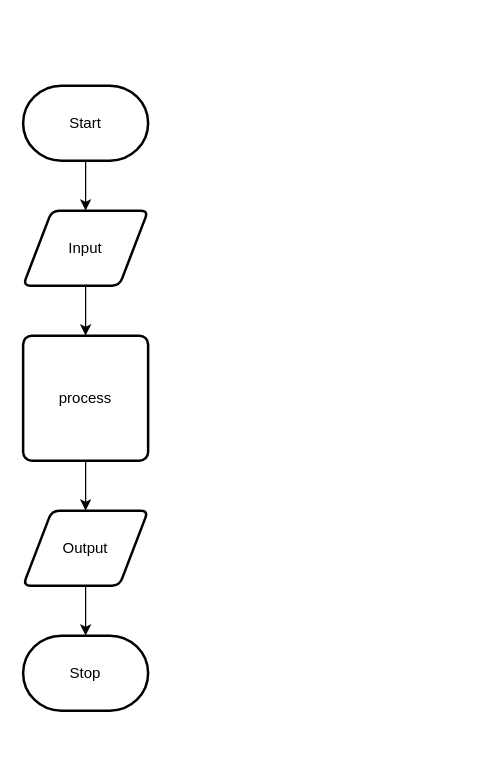
Chloe-Havel/ICS2O-unit-5-05 keeps this draw.io diagram as design/flow-chart.drawio. Above is the earlier version. Source tidied: cells renumbered, new cells numbered last; positions are measured from the earlier drawing's top-left corner, leaving out a move shared by most shapes. Both pictures are drawn from the tidied source at 125%, with x=0, y=0 at pixel (22, 85).
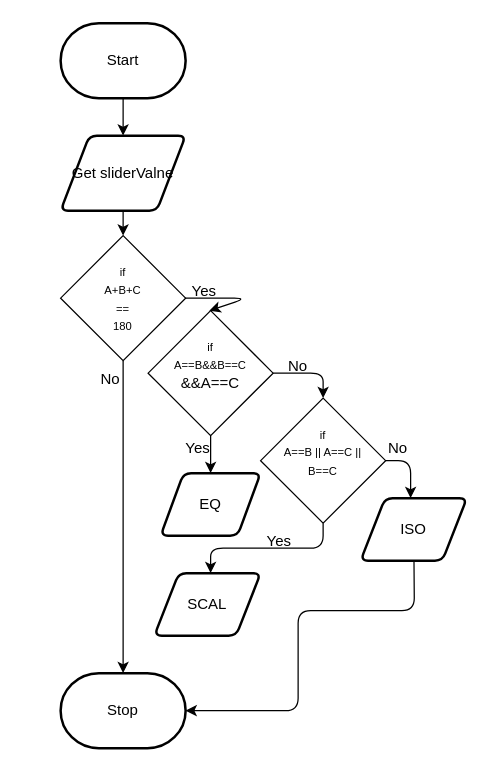
After the change.

What changed in the source:
```diff
@@
-    <mxCell id="2" style="edgeStyle=none;html=1;" parent="1" edge="1" source="3" target="5">
-      <mxGeometry relative="1" as="geometry" />
-    </mxCell>
     <mxCell id="3" value="Start" style="strokeWidth=2;html=1;shape=mxgraph.flowchart.terminator;whiteSpace=wrap;" parent="1" vertex="1">
-      <mxGeometry width="100" height="60" as="geometry" />
+      <mxGeometry x="30" y="-50" width="100" height="60" as="geometry" />
     </mxCell>
-    <mxCell id="4" style="edgeStyle=none;html=1;" parent="1" edge="1" source="5" target="7">
-      <mxGeometry relative="1" as="geometry" />
-    </mxCell>
-    <mxCell id="5" value="Input" style="shape=parallelogram;html=1;strokeWidth=2;perimeter=parallelogramPerimeter;whiteSpace=wrap;rounded=1;arcSize=12;size=0.23;" parent="1" vertex="1">
-      <mxGeometry y="100" width="100" height="60" as="geometry" />
-    </mxCell>
-    <mxCell id="6" style="edgeStyle=none;html=1;" parent="1" edge="1" source="7" target="9">
-      <mxGeometry relative="1" as="geometry" />
-    </mxCell>
-    <mxCell id="7" value="process" style="rounded=1;whiteSpace=wrap;html=1;absoluteArcSize=1;arcSize=14;strokeWidth=2;" parent="1" vertex="1">
-      <mxGeometry y="200" width="100" height="100" as="geometry" />
-    </mxCell>
-    <mxCell id="8" style="edgeStyle=none;html=1;" parent="1" edge="1" source="9" target="10">
-      <mxGeometry relative="1" as="geometry" />
-    </mxCell>
-    <mxCell id="9" value="Output" style="shape=parallelogram;html=1;strokeWidth=2;perimeter=parallelogramPerimeter;whiteSpace=wrap;rounded=1;arcSize=12;size=0.23;" parent="1" vertex="1">
-      <mxGeometry y="340" width="100" height="60" as="geometry" />
-    </mxCell>
+    <mxCell id="11" style="edgeStyle=none;html=1;entryX=0.5;entryY=0;entryDx=0;entryDy=0;" parent="1" edge="1" source="12" target="17">
+      <mxGeometry relative="1" as="geometry" />
+    </mxCell>
+    <mxCell id="12" value="Get sliderValne" style="shape=parallelogram;html=1;strokeWidth=2;perimeter=parallelogramPerimeter;whiteSpace=wrap;rounded=1;arcSize=12;size=0.23;" parent="1" vertex="1">
+      <mxGeometry x="30" y="40" width="100" height="60" as="geometry" />
+    </mxCell>
+    <mxCell id="13" style="edgeStyle=none;html=1;exitX=0.5;exitY=1;exitDx=0;exitDy=0;entryX=0.5;entryY=0;entryDx=0;entryDy=0;" parent="1" edge="1" source="27" target="21">
+      <mxGeometry relative="1" as="geometry">
+        <Array as="points">
+          <mxPoint x="150" y="300" />
+        </Array>
+      </mxGeometry>
+    </mxCell>
     <mxCell id="10" value="Stop" style="strokeWidth=2;html=1;shape=mxgraph.flowchart.terminator;whiteSpace=wrap;" parent="1" vertex="1">
-      <mxGeometry y="440" width="100" height="60" as="geometry" />
+      <mxGeometry x="30" y="470" width="100" height="60" as="geometry" />
     </mxCell>
+    <mxCell id="14" style="edgeStyle=none;html=1;entryX=0.5;entryY=0;entryDx=0;entryDy=0;" parent="1" edge="1" target="12">
+      <mxGeometry relative="1" as="geometry">
+        <mxPoint x="80" y="10" as="sourcePoint" />
+      </mxGeometry>
+    </mxCell>
+    <mxCell id="15" style="edgeStyle=none;html=1;fontSize=9;entryX=0.5;entryY=0;entryDx=0;entryDy=0;" parent="1" edge="1">
+      <mxGeometry relative="1" as="geometry">
+        <mxPoint x="129" y="170" as="sourcePoint" />
+        <mxPoint x="149" y="180" as="targetPoint" />
+        <Array as="points">
+          <mxPoint x="179" y="170" />
+        </Array>
+      </mxGeometry>
+    </mxCell>
+    <mxCell id="16" style="edgeStyle=none;html=1;" parent="1" edge="1" source="17">
+      <mxGeometry relative="1" as="geometry">
+        <mxPoint x="80" y="470" as="targetPoint" />
+      </mxGeometry>
+    </mxCell>
+    <mxCell id="17" value="&lt;font style=&quot;font-size: 9px&quot;&gt;if&lt;br&gt;A+B+C&lt;br&gt;==&lt;br&gt;180&lt;br&gt;&lt;/font&gt;" style="rhombus;whiteSpace=wrap;html=1;" parent="1" vertex="1">
+      <mxGeometry x="30" y="120" width="100" height="100" as="geometry" />
+    </mxCell>
+    <mxCell id="18" style="edgeStyle=none;html=1;exitX=0.5;exitY=1;exitDx=0;exitDy=0;" parent="1" edge="1" source="20">
+      <mxGeometry relative="1" as="geometry">
+        <mxPoint x="150" y="390" as="targetPoint" />
+        <Array as="points">
+          <mxPoint x="240" y="370" />
+          <mxPoint x="150" y="370" />
+        </Array>
+      </mxGeometry>
+    </mxCell>
+    <mxCell id="19" style="edgeStyle=none;html=1;entryX=0.5;entryY=0;entryDx=0;entryDy=0;" parent="1" edge="1" source="20">
+      <mxGeometry relative="1" as="geometry">
+        <mxPoint x="310" y="330" as="targetPoint" />
+        <Array as="points">
+          <mxPoint x="310" y="300" />
+        </Array>
+      </mxGeometry>
+    </mxCell>
+    <mxCell id="20" value="&lt;font style=&quot;font-size: 9px&quot;&gt;if&lt;br&gt;A==B || A==C ||&lt;br&gt;B==C&lt;br&gt;&lt;br&gt;&lt;/font&gt;" style="rhombus;whiteSpace=wrap;html=1;" parent="1" vertex="1">
+      <mxGeometry x="190" y="250" width="100" height="100" as="geometry" />
+    </mxCell>
+    <mxCell id="21" value="EQ" style="shape=parallelogram;html=1;strokeWidth=2;perimeter=parallelogramPerimeter;whiteSpace=wrap;rounded=1;arcSize=12;size=0.23;" parent="1" vertex="1">
+      <mxGeometry x="110" y="310" width="80" height="50" as="geometry" />
+    </mxCell>
+    <mxCell id="22" value="Yes" style="text;html=1;strokeColor=none;fillColor=none;align=center;verticalAlign=middle;whiteSpace=wrap;rounded=0;" parent="1" vertex="1">
+      <mxGeometry x="115" y="150" width="60" height="30" as="geometry" />
+    </mxCell>
+    <mxCell id="23" value="Yes" style="text;html=1;strokeColor=none;fillColor=none;align=center;verticalAlign=middle;whiteSpace=wrap;rounded=0;" parent="1" vertex="1">
+      <mxGeometry x="110" y="275" width="60" height="30" as="geometry" />
+    </mxCell>
+    <mxCell id="24" value="No" style="text;html=1;strokeColor=none;fillColor=none;align=center;verticalAlign=middle;whiteSpace=wrap;rounded=0;" parent="1" vertex="1">
+      <mxGeometry x="40" y="220" width="60" height="30" as="geometry" />
+    </mxCell>
+    <mxCell id="25" value="SCAL" style="shape=parallelogram;html=1;strokeWidth=2;perimeter=parallelogramPerimeter;whiteSpace=wrap;rounded=1;arcSize=12;size=0.23;" parent="1" vertex="1">
+      <mxGeometry x="105" y="390" width="85" height="50" as="geometry" />
+    </mxCell>
+    <mxCell id="26" style="edgeStyle=none;html=1;entryX=0.5;entryY=0;entryDx=0;entryDy=0;" parent="1" edge="1" source="27" target="20">
+      <mxGeometry relative="1" as="geometry">
+        <Array as="points">
+          <mxPoint x="240" y="230" />
+        </Array>
+      </mxGeometry>
+    </mxCell>
+    <mxCell id="27" value="&lt;font style=&quot;font-size: 9px&quot;&gt;if&lt;br&gt;A==B&amp;amp;&amp;amp;B==C&lt;br&gt;&lt;span style=&quot;font-size: 12px&quot;&gt;&amp;amp;&amp;amp;A==C&lt;/span&gt;&lt;br&gt;&lt;br&gt;&lt;/font&gt;" style="rhombus;whiteSpace=wrap;html=1;" parent="1" vertex="1">
+      <mxGeometry x="100" y="180" width="100" height="100" as="geometry" />
+    </mxCell>
+    <mxCell id="28" value="No" style="text;html=1;strokeColor=none;fillColor=none;align=center;verticalAlign=middle;whiteSpace=wrap;rounded=0;" parent="1" vertex="1">
+      <mxGeometry x="190" y="210" width="60" height="30" as="geometry" />
+    </mxCell>
+    <mxCell id="29" value="No" style="text;html=1;strokeColor=none;fillColor=none;align=center;verticalAlign=middle;whiteSpace=wrap;rounded=0;" parent="1" vertex="1">
+      <mxGeometry x="270" y="275" width="60" height="30" as="geometry" />
+    </mxCell>
+    <mxCell id="30" value="Yes" style="text;html=1;strokeColor=none;fillColor=none;align=center;verticalAlign=middle;whiteSpace=wrap;rounded=0;" parent="1" vertex="1">
+      <mxGeometry x="175" y="350" width="60" height="30" as="geometry" />
+    </mxCell>
+    <mxCell id="31" style="edgeStyle=none;html=1;entryX=1;entryY=0.5;entryDx=0;entryDy=0;entryPerimeter=0;" parent="1" edge="1" source="32" target="10">
+      <mxGeometry relative="1" as="geometry">
+        <Array as="points">
+          <mxPoint x="313" y="420" />
+          <mxPoint x="220" y="420" />
+          <mxPoint x="220" y="500" />
+        </Array>
+      </mxGeometry>
+    </mxCell>
+    <mxCell id="32" value="ISO" style="shape=parallelogram;html=1;strokeWidth=2;perimeter=parallelogramPerimeter;whiteSpace=wrap;rounded=1;arcSize=12;size=0.23;" parent="1" vertex="1">
+      <mxGeometry x="270" y="330" width="85" height="50" as="geometry" />
+    </mxCell>
```
